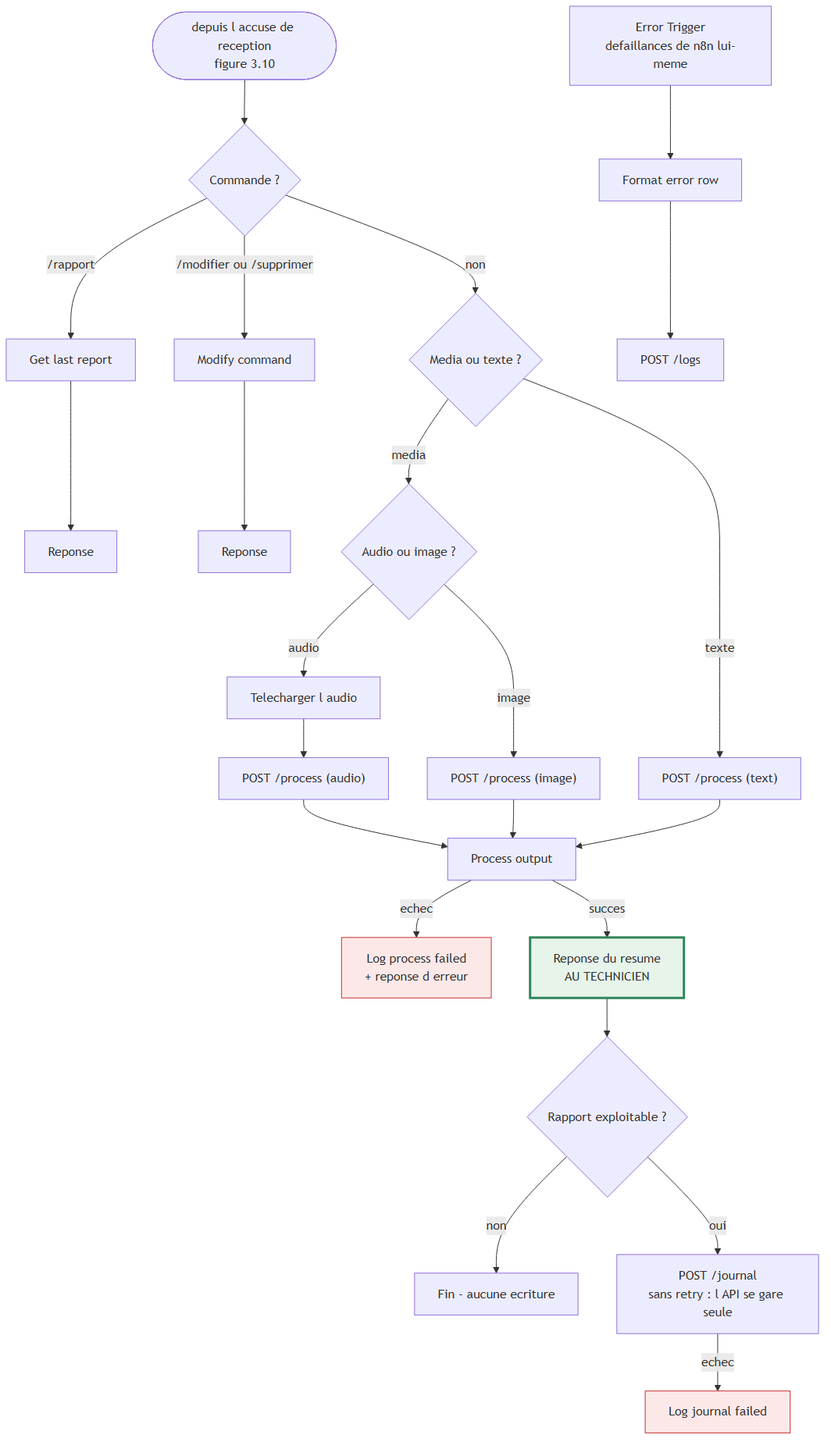
Before: Pres+report/diagrams/08-n8n-traitement.png, a diagram exported from Mermaid (yassine808/PFE-aznet). Its source is kept beside it as Pres+report/diagrams/08-n8n-traitement.mmd.
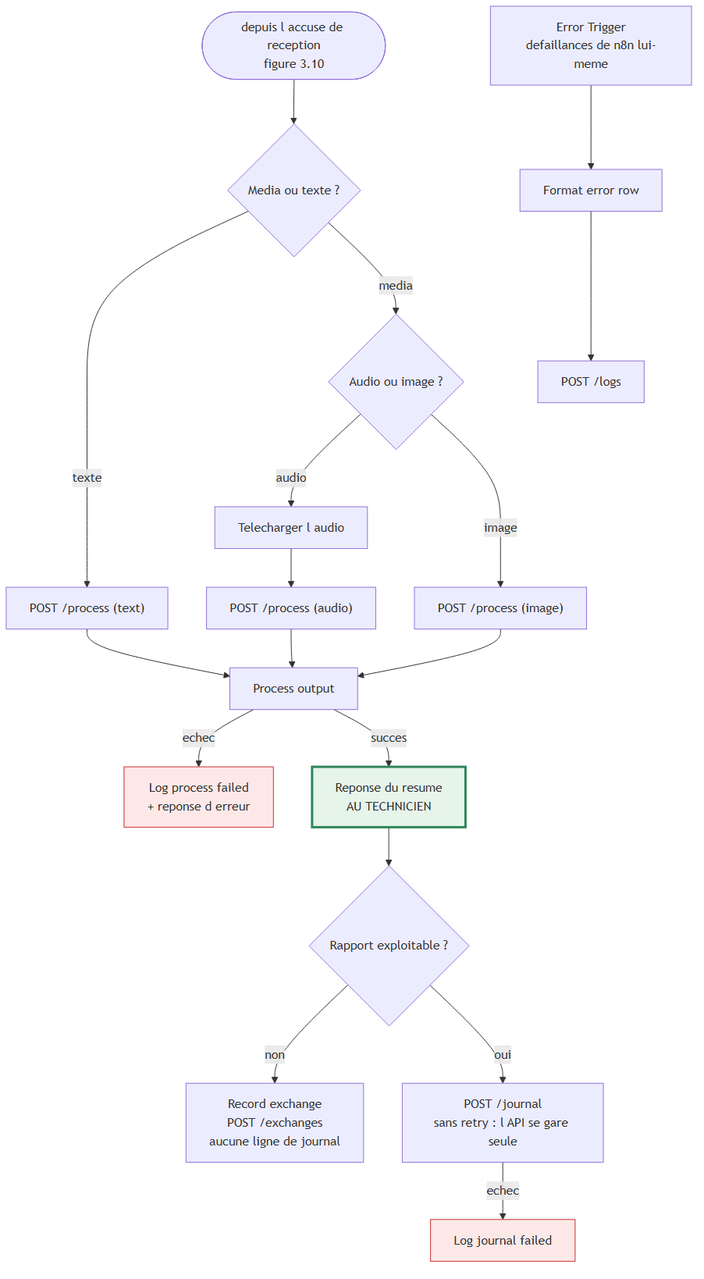
Above is the later version.

Commit message:
docs(rapport): fix diagram inaccuracies across 6 figures

Diff of the diagram source:
```diff
@@ -1,8 +1,5 @@
 flowchart TB
-    START(["depuis l accuse de reception<br/>figure 3.10"]) --> CMD{"Commande ?"}
-    CMD -- "/rapport" --> LAST["Get last report"] --> RC["Reponse"]
-    CMD -- "/modifier ou /supprimer" --> MOD["Modify command"] --> RM["Reponse"]
-    CMD -- non --> MED{"Media ou texte ?"}
+    START(["depuis l accuse de reception<br/>figure 3.10"]) --> MED{"Media ou texte ?"}
 
     MED -- texte --> P3["POST /process (text)"]
     MED -- media --> AI{"Audio ou image ?"}
@@ -16,7 +13,7 @@
     OUT -- succes --> REPLY["Reponse du resume<br/>AU TECHNICIEN"]
 
     REPLY --> EXPL{"Rapport exploitable ?"}
-    EXPL -- non --> STOP["Fin - aucune ecriture"]
+    EXPL -- non --> EXCH["Record exchange<br/>POST /exchanges<br/>aucune ligne de journal"]
     EXPL -- oui --> JRN["POST /journal<br/>sans retry : l API se gare seule"]
     JRN -- echec --> JFAIL["Log journal failed"]
 
```
